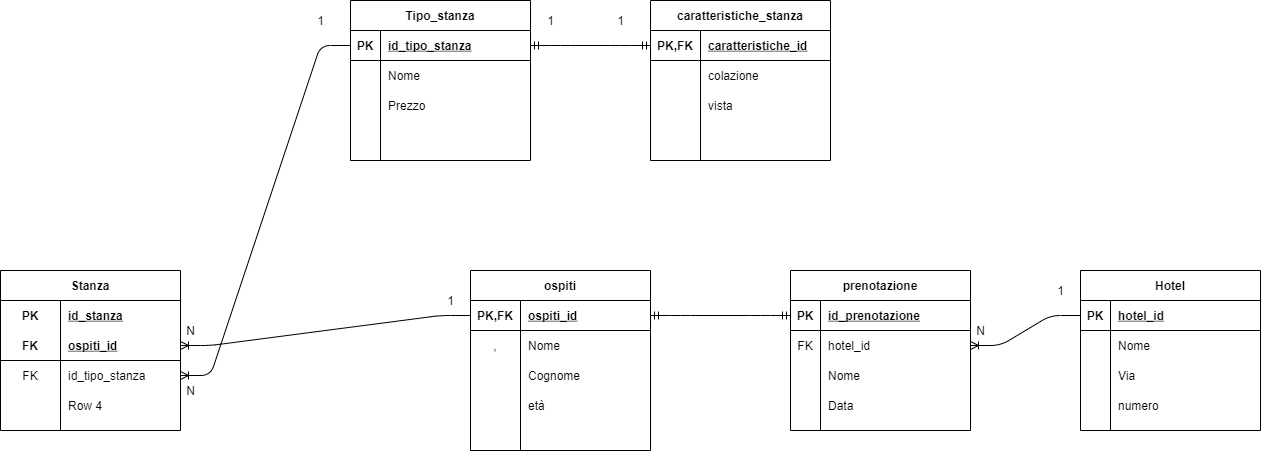
The draw.io diagram hotel.png in FedericoCrudo/db-first, before a commit. Source tidied: cells renumbered, new cells last; positions are measured from the earlier drawing's top-left corner, leaving out a move shared by most shapes.
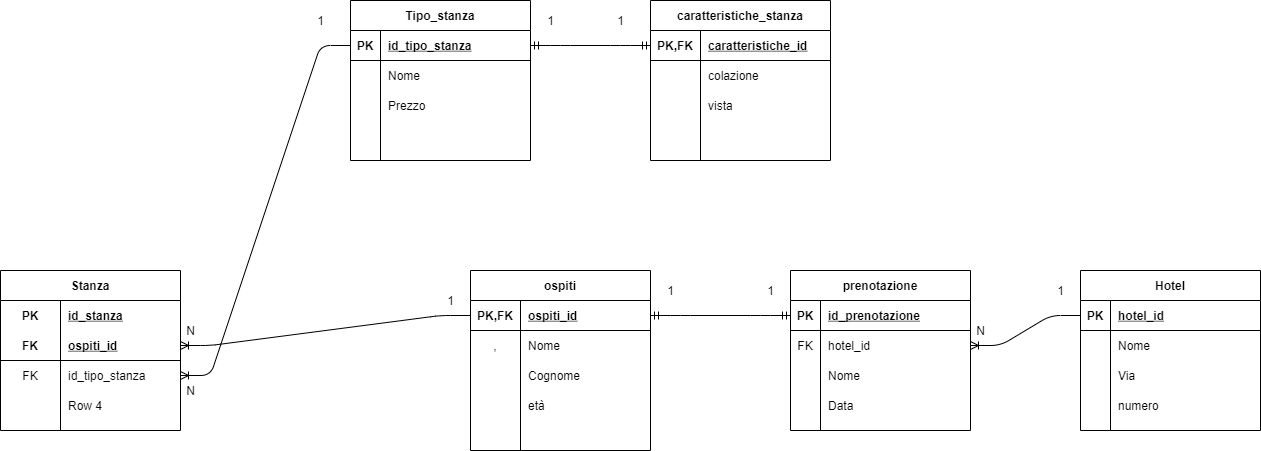
The same diagram one commit later.

Diff of the diagram source:
```diff
@@ -269,5 +269,11 @@
     <mxCell id="90" style="edgeStyle=entityRelationEdgeStyle;fontSize=12;html=1;endArrow=ERmandOne;startArrow=ERmandOne;" parent="1" edge="1" source="74" target="61">
       <mxGeometry relative="1" as="geometry" />
     </mxCell>
+    <mxCell id="91" value="1" style="text;html=1;align=center;verticalAlign=middle;" parent="1" vertex="1">
+      <mxGeometry x="660" y="280" width="20" height="20" as="geometry" />
+    </mxCell>
+    <mxCell id="92" value="1" style="text;html=1;align=center;verticalAlign=middle;" parent="1" vertex="1">
+      <mxGeometry x="760" y="280" width="20" height="20" as="geometry" />
+    </mxCell>
   </root>
 </mxGraphModel>
```
